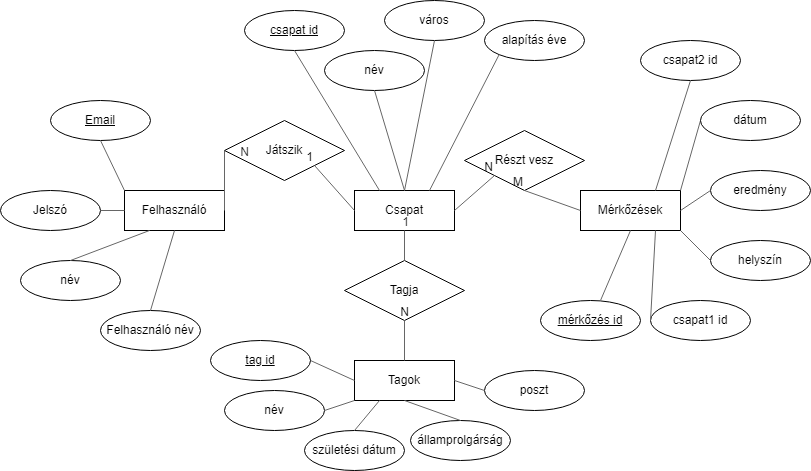
Before: dokumentumok/EK_diagram.png, a diagram exported from draw.io (tamas1023/csapatsportok). Source tidied: cells renumbered, new cells last; positions are measured from the earlier drawing's top-left corner, leaving out a move shared by most shapes.
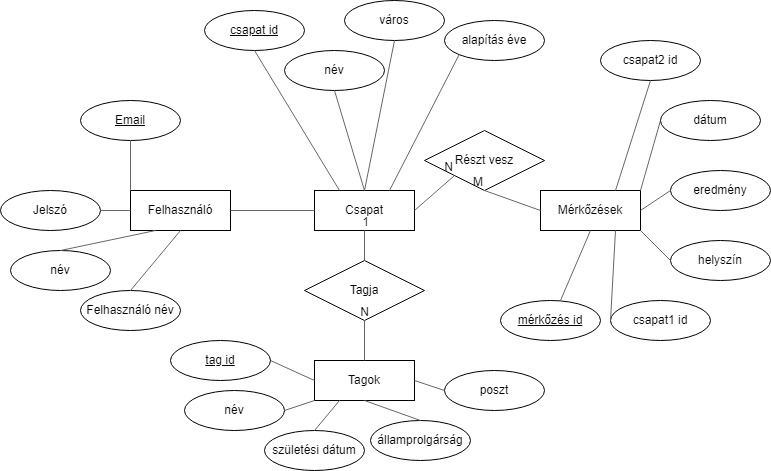
The same file after the commit.

Diff of the diagram source:
```diff
@@ -2,9 +2,6 @@
   <root>
     <mxCell id="0" />
     <mxCell id="1" parent="0" />
-    <mxCell id="2" value="Játszik" style="shape=rhombus;perimeter=rhombusPerimeter;whiteSpace=wrap;html=1;align=center;" parent="1" vertex="1">
-      <mxGeometry x="224" y="120" width="120" height="60" as="geometry" />
-    </mxCell>
     <mxCell id="3" value="Részt vesz" style="shape=rhombus;perimeter=rhombusPerimeter;whiteSpace=wrap;html=1;align=center;" parent="1" vertex="1">
       <mxGeometry x="464" y="130" width="120" height="60" as="geometry" />
     </mxCell>
@@ -12,7 +9,7 @@
       <mxGeometry x="344" y="260" width="120" height="60" as="geometry" />
     </mxCell>
     <mxCell id="5" value="Felhasználó" style="whiteSpace=wrap;html=1;align=center;" parent="1" vertex="1">
-      <mxGeometry x="124" y="190" width="100" height="40" as="geometry" />
+      <mxGeometry x="170" y="190" width="100" height="40" as="geometry" />
     </mxCell>
     <mxCell id="6" value="Csapat" style="whiteSpace=wrap;html=1;align=center;" parent="1" vertex="1">
       <mxGeometry x="354" y="190" width="100" height="40" as="geometry" />
@@ -24,13 +21,13 @@
       <mxGeometry x="580" y="190" width="100" height="40" as="geometry" />
     </mxCell>
     <mxCell id="9" value="Jelszó" style="ellipse;whiteSpace=wrap;html=1;align=center;" parent="1" vertex="1">
-      <mxGeometry y="190" width="100" height="40" as="geometry" />
+      <mxGeometry x="40" y="190" width="100" height="40" as="geometry" />
     </mxCell>
     <mxCell id="10" value="Email" style="ellipse;whiteSpace=wrap;html=1;align=center;fontStyle=4;" parent="1" vertex="1">
-      <mxGeometry x="50" y="100" width="100" height="40" as="geometry" />
+      <mxGeometry x="120" y="100" width="100" height="40" as="geometry" />
     </mxCell>
     <mxCell id="11" value="név" style="ellipse;whiteSpace=wrap;html=1;align=center;" parent="1" vertex="1">
-      <mxGeometry x="20" y="260" width="100" height="40" as="geometry" />
+      <mxGeometry x="50" y="250" width="100" height="40" as="geometry" />
     </mxCell>
     <mxCell id="12" value="város" style="ellipse;whiteSpace=wrap;html=1;align=center;" parent="1" vertex="1">
       <mxGeometry x="384" width="100" height="40" as="geometry" />
@@ -90,20 +87,9 @@
     <mxCell id="29" value="M" style="html=1;whiteSpace=wrap;align=right;verticalAlign=bottom;" parent="28" vertex="1">
       <mxGeometry x="1" relative="1" as="geometry" />
     </mxCell>
-    <mxCell id="30" style="endArrow=none;html=1;rounded=0;exitX=1;exitY=0.5;exitDx=0;exitDy=0;entryX=0;entryY=0.5;entryDx=0;entryDy=0;fillColor=#f5f5f5;strokeColor=#666666;" parent="1" edge="1" source="5" target="2">
+    <mxCell id="30" style="endArrow=none;html=1;rounded=0;exitX=1;exitY=0.5;exitDx=0;exitDy=0;entryX=0;entryY=0.5;entryDx=0;entryDy=0;fillColor=#f5f5f5;strokeColor=#666666;" parent="1" edge="1" source="5" target="6">
       <mxGeometry relative="1" as="geometry" />
     </mxCell>
-    <mxCell id="31" value="N" style="html=1;whiteSpace=wrap;align=right;verticalAlign=bottom;fontColor=#1A1A1A;" parent="30" vertex="1">
-      <mxGeometry x="1" relative="1" as="geometry">
-        <mxPoint x="26" y="10" as="offset" />
-      </mxGeometry>
-    </mxCell>
-    <mxCell id="32" style="endArrow=none;html=1;rounded=0;exitX=0;exitY=0.5;exitDx=0;exitDy=0;entryX=1;entryY=1;entryDx=0;entryDy=0;fillColor=#f5f5f5;strokeColor=#666666;" parent="1" edge="1" source="6" target="2">
-      <mxGeometry relative="1" as="geometry" />
-    </mxCell>
-    <mxCell id="33" value="1" style="html=1;whiteSpace=wrap;align=right;verticalAlign=bottom;" parent="32" vertex="1">
-      <mxGeometry x="1" relative="1" as="geometry" />
-    </mxCell>
     <mxCell id="34" style="endArrow=none;html=1;rounded=0;entryX=0;entryY=0;entryDx=0;entryDy=0;exitX=0.5;exitY=1;exitDx=0;exitDy=0;fillColor=#f5f5f5;strokeColor=#666666;" parent="1" edge="1" source="10" target="5">
       <mxGeometry relative="1" as="geometry" />
     </mxCell>
@@ -150,7 +136,7 @@
       <mxGeometry relative="1" as="geometry" />
     </mxCell>
     <mxCell id="49" value="Felhasználó név" style="ellipse;whiteSpace=wrap;html=1;align=center;" parent="1" vertex="1">
-      <mxGeometry x="100" y="310" width="100" height="40" as="geometry" />
+      <mxGeometry x="120" y="290" width="100" height="40" as="geometry" />
     </mxCell>
     <mxCell id="50" style="endArrow=none;html=1;rounded=0;entryX=0.5;entryY=1;entryDx=0;entryDy=0;exitX=0.5;exitY=0;exitDx=0;exitDy=0;fillColor=#f5f5f5;strokeColor=#666666;" parent="1" edge="1" source="49" target="5">
       <mxGeometry relative="1" as="geometry" />
```
